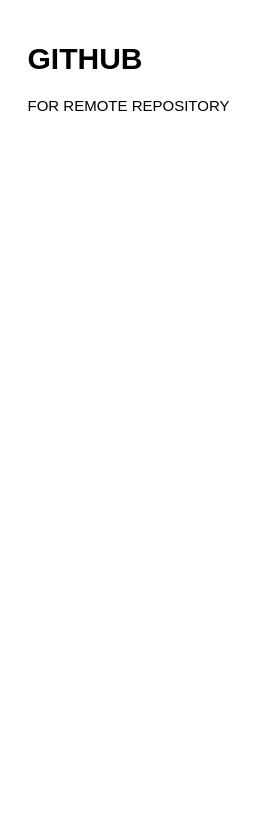
Above: page "Page-2" (2 of 2) of Untitled Diagram.drawio in Maestro-script/Story (draw.io), before the change. Source tidied: cells renumbered, new cells numbered last; positions are measured from the earlier drawing's top-left corner, leaving out a move shared by most shapes. Both pictures are drawn from the tidied source at 125%, with x=0, y=0 at pixel (21, 34).
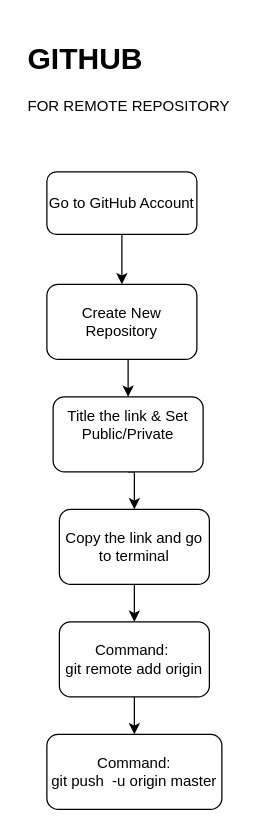
The same page after the edit.

What changed in the source:
```diff
@@
 <mxGraphModel>
   <root>
     <mxCell id="0" />
     <mxCell id="1" parent="0" />
     <mxCell id="2" value="&lt;h1&gt;GITHUB&amp;nbsp;&lt;/h1&gt;&lt;div&gt;FOR REMOTE REPOSITORY&lt;/div&gt;" style="text;html=1;strokeColor=none;fillColor=none;spacing=5;spacingTop=-20;whiteSpace=wrap;overflow=hidden;rounded=0;" parent="1" vertex="1">
       <mxGeometry width="170" height="80" as="geometry" />
     </mxCell>
+    <mxCell id="3" style="edgeStyle=orthogonalEdgeStyle;rounded=0;jettySize=auto;html=1;exitX=0.5;exitY=1;exitDx=0;exitDy=0;entryX=0.5;entryY=0;entryDx=0;entryDy=0;" parent="1" edge="1" source="4" target="6">
+      <mxGeometry relative="1" as="geometry" />
+    </mxCell>
+    <mxCell id="4" value="Go to GitHub Account" style="rounded=1;whiteSpace=wrap;html=1;" parent="1" vertex="1">
+      <mxGeometry x="20" y="110" width="120" height="50" as="geometry" />
+    </mxCell>
+    <mxCell id="5" style="edgeStyle=orthogonalEdgeStyle;rounded=0;jettySize=auto;html=1;exitX=0.5;exitY=1;exitDx=0;exitDy=0;entryX=0.5;entryY=0;entryDx=0;entryDy=0;" parent="1" edge="1" source="6" target="8">
+      <mxGeometry relative="1" as="geometry" />
+    </mxCell>
+    <mxCell id="6" value="Create New Repository" style="rounded=1;whiteSpace=wrap;html=1;" parent="1" vertex="1">
+      <mxGeometry x="20" y="200" width="120" height="60" as="geometry" />
+    </mxCell>
+    <mxCell id="7" style="edgeStyle=orthogonalEdgeStyle;rounded=0;jettySize=auto;html=1;exitX=0.5;exitY=1;exitDx=0;exitDy=0;entryX=0.5;entryY=0;entryDx=0;entryDy=0;" parent="1" edge="1" source="8" target="10">
+      <mxGeometry relative="1" as="geometry" />
+    </mxCell>
+    <mxCell id="8" value="Title the link &amp;amp; Set Public/Private&lt;br&gt;&amp;nbsp;" style="rounded=1;whiteSpace=wrap;html=1;" parent="1" vertex="1">
+      <mxGeometry x="25" y="290" width="120" height="60" as="geometry" />
+    </mxCell>
+    <mxCell id="9" style="edgeStyle=orthogonalEdgeStyle;rounded=0;jettySize=auto;html=1;exitX=0.5;exitY=1;exitDx=0;exitDy=0;entryX=0.5;entryY=0;entryDx=0;entryDy=0;" parent="1" edge="1" source="10" target="12">
+      <mxGeometry relative="1" as="geometry" />
+    </mxCell>
+    <mxCell id="10" value="Copy the link and go to terminal" style="rounded=1;whiteSpace=wrap;html=1;" parent="1" vertex="1">
+      <mxGeometry x="30" y="380" width="120" height="60" as="geometry" />
+    </mxCell>
+    <mxCell id="11" style="edgeStyle=orthogonalEdgeStyle;rounded=0;jettySize=auto;html=1;exitX=0.5;exitY=1;exitDx=0;exitDy=0;entryX=0.5;entryY=0;entryDx=0;entryDy=0;" parent="1" edge="1" source="12" target="13">
+      <mxGeometry relative="1" as="geometry" />
+    </mxCell>
+    <mxCell id="12" value="Command:&amp;nbsp;&lt;br&gt;git remote add origin" style="rounded=1;whiteSpace=wrap;html=1;" parent="1" vertex="1">
+      <mxGeometry x="30" y="470" width="120" height="60" as="geometry" />
+    </mxCell>
+    <mxCell id="13" value="Command:&lt;br&gt;git push&amp;nbsp; -u origin master" style="rounded=1;whiteSpace=wrap;html=1;" parent="1" vertex="1">
+      <mxGeometry x="20" y="560" width="140" height="60" as="geometry" />
+    </mxCell>
   </root>
 </mxGraphModel>
```
